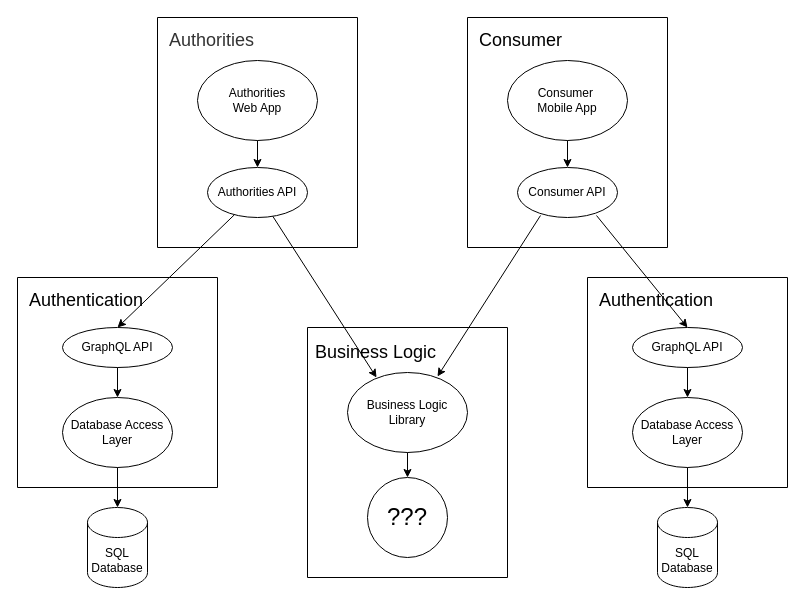
Earlier version of the draw.io diagram drawio/architecture-diagram.drawio (team-evian-fiicode25/.github). Source tidied: cells renumbered, new cells numbered last; positions are measured from the earlier drawing's top-left corner, leaving out a move shared by most shapes. Both pictures are drawn from the tidied source at 100%, with x=0, y=0 at pixel (17, 17).
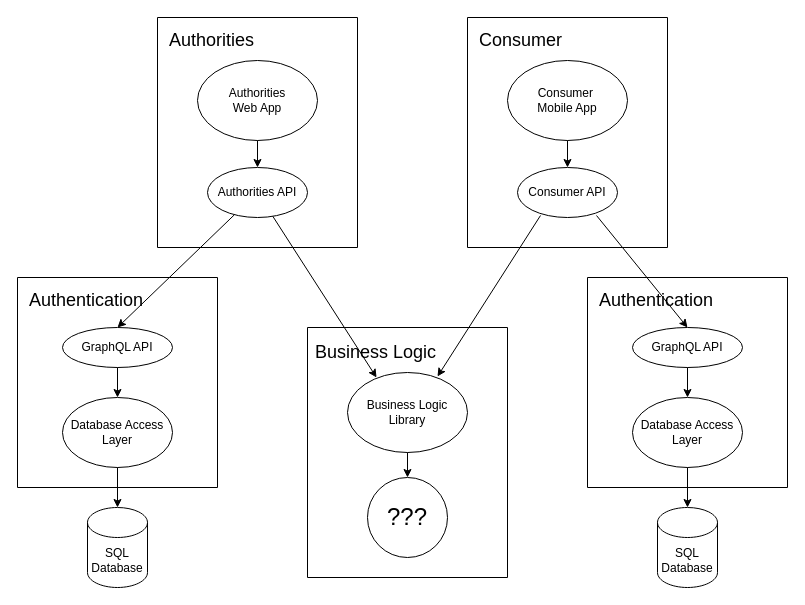
Above is the later version.

Commit message:
Fix font color in diagram

Unchanged cells that the change refers to:
```xml
<mxCell id="13" style="swimlane;startSize=0;fillStyle=solid;fillColor=none;strokeColor=default;" parent="1" vertex="1">
  <mxGeometry x="140" width="200" height="230" as="geometry" />
</mxCell>
```

Change to the diagram source:
```diff
@@
-    <mxCell id="14" value="&lt;font style=&quot;font-size: 18px;&quot;&gt;Authorities&lt;/font&gt;" style="text;html=1;align=left;verticalAlign=middle;fillColor=none;fontColor=light-dark(#333333,#FFFFFF);strokeColor=none;fillStyle=hatch;" parent="13" vertex="1">
+    <mxCell id="14" value="&lt;font style=&quot;font-size: 18px;&quot;&gt;Authorities&lt;/font&gt;" style="text;html=1;align=left;verticalAlign=middle;fillColor=none;fontColor=default;strokeColor=none;fillStyle=hatch;" parent="13" vertex="1">
       <mxGeometry x="10" y="3" width="110" height="40" as="geometry" />
     </mxCell>
```
